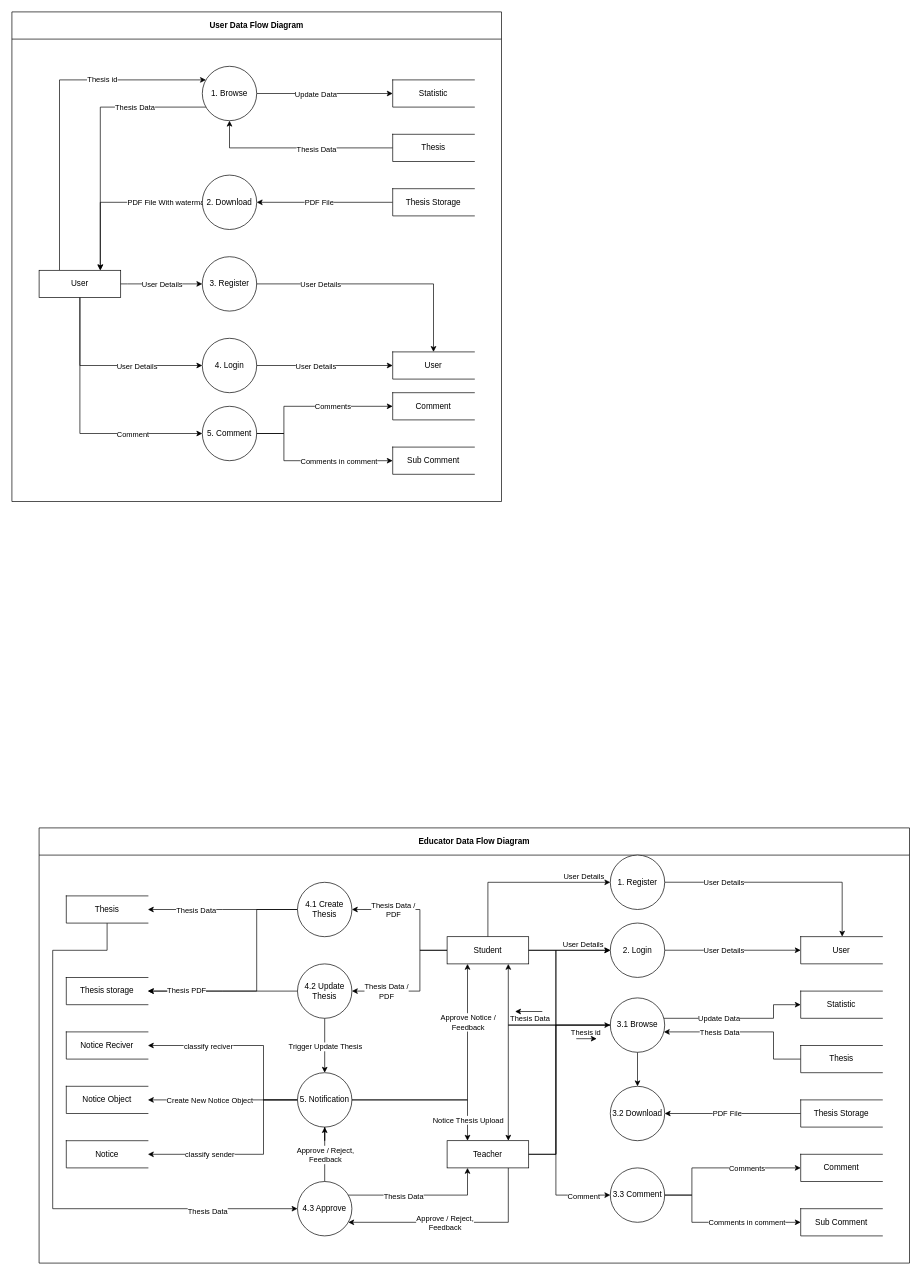
The draw.io diagram page "Page-1" (1 of 2) of Dfd.drawio in Dibkk/diagram-thesis, before the edit. Source tidied: cells renumbered, new cells numbered last; positions are measured from the earlier drawing's top-left corner, leaving out a move shared by most shapes. Both pictures are drawn from the tidied source at 68%, with x=0, y=0 at pixel (12, 12).
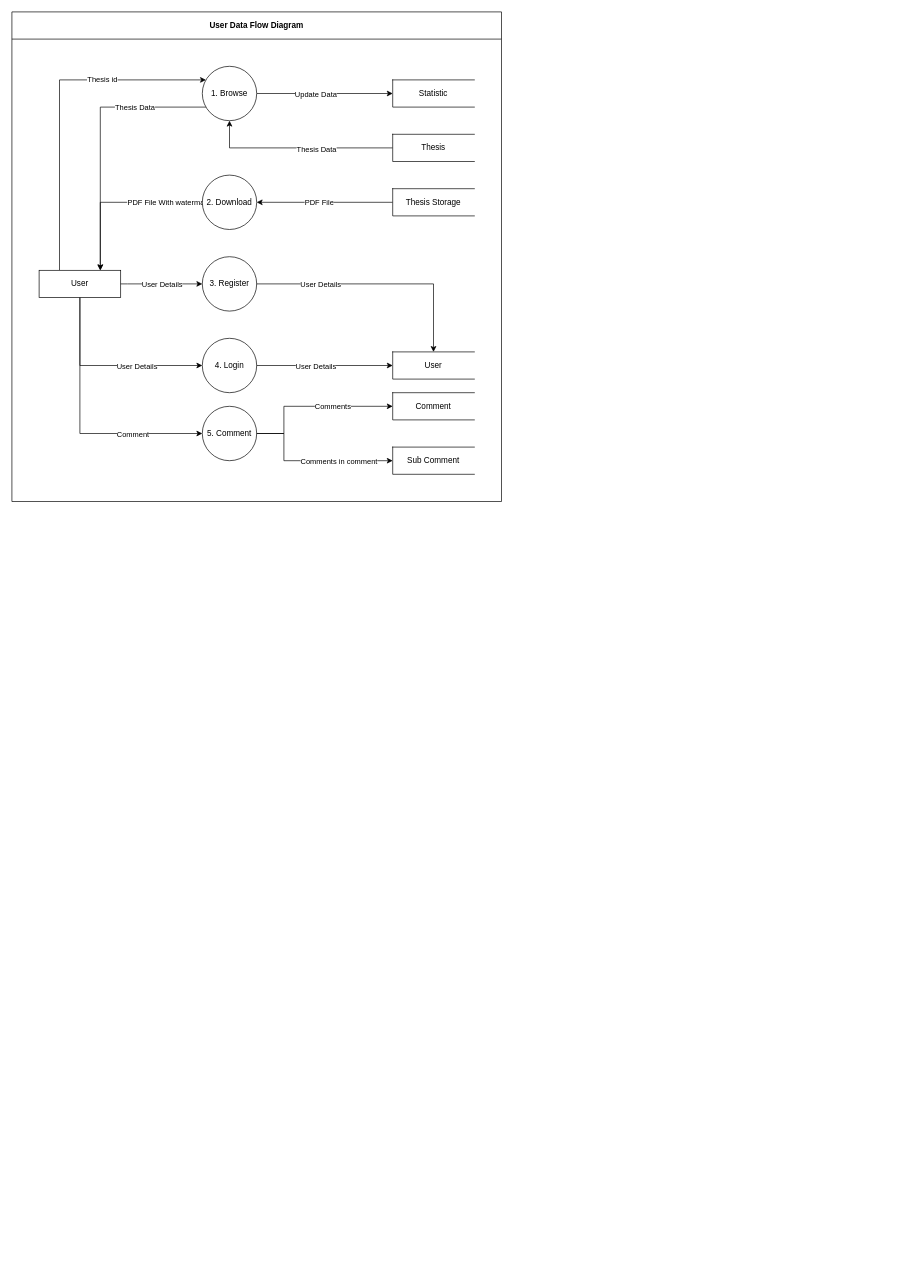
The same page after the edit.

What changed in the source:
```diff
@@
-    <mxCell id="2" value="&lt;span style=&quot;color: rgb(0, 0, 0);&quot;&gt;Educator Data Flow Diagram&lt;/span&gt;" style="swimlane;whiteSpace=wrap;html=1;startSize=40;" parent="1" vertex="1">
-      <mxGeometry x="40" y="1200" width="1280" height="640" as="geometry" />
-    </mxCell>
-    <mxCell id="3" style="edgeStyle=orthogonalEdgeStyle;rounded=0;jettySize=auto;html=1;" parent="2" edge="1" source="35" target="14">
-      <mxGeometry relative="1" as="geometry">
-        <Array as="points">
-          <mxPoint x="270" y="120" />
-          <mxPoint x="270" y="120" />
-        </Array>
-      </mxGeometry>
-    </mxCell>
-    <mxCell id="4" value="Thesis Data" style="edgeLabel;html=1;align=center;verticalAlign=middle;" parent="3" vertex="1">
-      <mxGeometry x="0.48" y="2" relative="1" as="geometry">
-        <mxPoint x="13" y="-2" as="offset" />
-      </mxGeometry>
-    </mxCell>
-    <mxCell id="5" style="edgeStyle=orthogonalEdgeStyle;rounded=0;jettySize=auto;html=1;" parent="2" edge="1" source="11" target="35">
-      <mxGeometry relative="1" as="geometry">
-        <Array as="points">
-          <mxPoint x="560" y="180" />
-          <mxPoint x="560" y="120" />
-        </Array>
-      </mxGeometry>
-    </mxCell>
-    <mxCell id="6" value="Thesis Data /&lt;div&gt;PDF&lt;/div&gt;" style="edgeLabel;html=1;align=center;verticalAlign=middle;" parent="5" vertex="1">
-      <mxGeometry x="-0.19" y="3" relative="1" as="geometry">
-        <mxPoint x="-37" y="-19" as="offset" />
-      </mxGeometry>
-    </mxCell>
-    <mxCell id="7" style="edgeStyle=orthogonalEdgeStyle;rounded=0;jettySize=auto;html=1;" parent="2" edge="1" source="11" target="38">
-      <mxGeometry relative="1" as="geometry">
-        <Array as="points">
-          <mxPoint x="560" y="180" />
-          <mxPoint x="560" y="240" />
-        </Array>
-      </mxGeometry>
-    </mxCell>
-    <mxCell id="8" value="Thesis Data /&lt;div&gt;PDF&lt;/div&gt;" style="edgeLabel;html=1;align=center;verticalAlign=middle;" parent="7" vertex="1">
-      <mxGeometry x="0.37" y="-4" relative="1" as="geometry">
-        <mxPoint x="-13" y="4" as="offset" />
-      </mxGeometry>
-    </mxCell>
-    <mxCell id="9" style="edgeStyle=orthogonalEdgeStyle;html=1;rounded=0;curved=0;strokeColor=default;" parent="2" edge="1" source="11" target="64">
-      <mxGeometry relative="1" as="geometry">
-        <Array as="points">
-          <mxPoint x="660" y="80" />
-        </Array>
-      </mxGeometry>
-    </mxCell>
-    <mxCell id="10" value="&lt;span style=&quot;color: rgb(0, 0, 0);&quot;&gt;User Details&lt;/span&gt;" style="edgeLabel;html=1;align=center;verticalAlign=middle;" parent="9" vertex="1">
-      <mxGeometry x="0.18" relative="1" as="geometry">
-        <mxPoint x="67" y="-10" as="offset" />
-      </mxGeometry>
-    </mxCell>
-    <mxCell id="11" value="Student" style="html=1;dashed=0;whiteSpace=wrap;rounded=0;" parent="2" vertex="1">
-      <mxGeometry x="600" y="160" width="120" height="40" as="geometry" />
-    </mxCell>
-    <mxCell id="12" style="edgeStyle=orthogonalEdgeStyle;rounded=0;jettySize=auto;html=1;" parent="2" edge="1" source="14" target="45">
-      <mxGeometry relative="1" as="geometry">
-        <Array as="points">
-          <mxPoint x="100" y="180" />
-          <mxPoint x="20" y="180" />
-          <mxPoint x="20" y="560" />
-        </Array>
-      </mxGeometry>
-    </mxCell>
-    <mxCell id="13" value="Thesis Data" style="edgeLabel;html=1;align=center;verticalAlign=middle;" parent="12" vertex="1">
-      <mxGeometry x="0.69" y="-3" relative="1" as="geometry" />
-    </mxCell>
-    <mxCell id="14" value="Thesis" style="html=1;dashed=0;whiteSpace=wrap;shape=partialRectangle;right=0;" parent="2" vertex="1">
-      <mxGeometry x="40" y="100" width="120" height="40" as="geometry" />
-    </mxCell>
-    <mxCell id="15" style="edgeStyle=orthogonalEdgeStyle;rounded=0;jettySize=auto;html=1;" parent="2" edge="1" source="38">
-      <mxGeometry relative="1" as="geometry">
-        <mxPoint x="420" y="360" as="targetPoint" />
-      </mxGeometry>
-    </mxCell>
-    <mxCell id="16" value="Trigger Update Thesis" style="edgeLabel;html=1;align=center;verticalAlign=middle;" parent="15" vertex="1">
-      <mxGeometry x="0.08" y="-1" relative="1" as="geometry">
-        <mxPoint x="1" y="-1" as="offset" />
-      </mxGeometry>
-    </mxCell>
-    <mxCell id="17" style="edgeStyle=orthogonalEdgeStyle;rounded=0;jettySize=auto;html=1;" parent="2" edge="1" source="42" target="29">
-      <mxGeometry relative="1" as="geometry">
-        <Array as="points">
-          <mxPoint x="630" y="400" />
-        </Array>
-      </mxGeometry>
-    </mxCell>
-    <mxCell id="18" value="Notice Thesis Upload" style="edgeLabel;html=1;align=center;verticalAlign=middle;" parent="17" vertex="1">
-      <mxGeometry x="0.67" y="-1" relative="1" as="geometry">
-        <mxPoint x="1" y="7" as="offset" />
-      </mxGeometry>
-    </mxCell>
-    <mxCell id="19" style="edgeStyle=orthogonalEdgeStyle;rounded=0;jettySize=auto;html=1;" parent="2" edge="1" source="42" target="31">
-      <mxGeometry relative="1" as="geometry" />
-    </mxCell>
-    <mxCell id="20" value="Create New Notice Object" style="edgeLabel;html=1;align=center;verticalAlign=middle;" parent="19" vertex="1">
-      <mxGeometry x="-0.04" y="2" relative="1" as="geometry">
-        <mxPoint x="-24" y="-2" as="offset" />
-      </mxGeometry>
-    </mxCell>
-    <mxCell id="21" style="edgeStyle=orthogonalEdgeStyle;rounded=0;jettySize=auto;html=1;" parent="2" edge="1" source="42" target="33">
-      <mxGeometry relative="1" as="geometry">
-        <Array as="points">
-          <mxPoint x="330" y="400" />
-          <mxPoint x="330" y="320" />
-        </Array>
-      </mxGeometry>
-    </mxCell>
-    <mxCell id="22" value="classify reciver" style="edgeLabel;html=1;align=center;verticalAlign=middle;" parent="21" vertex="1">
-      <mxGeometry x="0.69" y="-1" relative="1" as="geometry">
-        <mxPoint x="42" y="1" as="offset" />
-      </mxGeometry>
-    </mxCell>
-    <mxCell id="23" style="edgeStyle=orthogonalEdgeStyle;rounded=0;jettySize=auto;html=1;" parent="2" edge="1" source="42" target="32">
-      <mxGeometry relative="1" as="geometry">
-        <Array as="points">
-          <mxPoint x="330" y="400" />
-          <mxPoint x="330" y="480" />
-        </Array>
-      </mxGeometry>
-    </mxCell>
-    <mxCell id="24" value="classify sender" style="edgeLabel;html=1;align=center;verticalAlign=middle;" parent="23" vertex="1">
-      <mxGeometry x="0.68" y="2" relative="1" as="geometry">
-        <mxPoint x="42" y="-2" as="offset" />
-      </mxGeometry>
-    </mxCell>
-    <mxCell id="25" style="edgeStyle=orthogonalEdgeStyle;rounded=0;jettySize=auto;html=1;" parent="2" edge="1" source="42" target="11">
-      <mxGeometry relative="1" as="geometry">
-        <Array as="points">
-          <mxPoint x="630" y="400" />
-        </Array>
-      </mxGeometry>
-    </mxCell>
-    <mxCell id="26" value="Approve Notice /&lt;div&gt;Feedback&lt;/div&gt;" style="edgeLabel;html=1;align=center;verticalAlign=middle;" parent="25" vertex="1">
-      <mxGeometry x="0.05" relative="1" as="geometry">
-        <mxPoint y="-91" as="offset" />
-      </mxGeometry>
-    </mxCell>
-    <mxCell id="27" style="edgeStyle=orthogonalEdgeStyle;rounded=0;jettySize=auto;html=1;" parent="2" edge="1" source="29" target="45">
-      <mxGeometry relative="1" as="geometry">
-        <Array as="points">
-          <mxPoint x="690" y="580" />
-        </Array>
-      </mxGeometry>
-    </mxCell>
-    <mxCell id="28" value="Approve / Reject,&lt;div&gt;Feedback&lt;/div&gt;" style="edgeLabel;html=1;align=center;verticalAlign=middle;" parent="27" vertex="1">
-      <mxGeometry x="-0.09" y="-1" relative="1" as="geometry">
-        <mxPoint x="-31" y="1" as="offset" />
-      </mxGeometry>
-    </mxCell>
-    <mxCell id="29" value="Teacher" style="html=1;dashed=0;whiteSpace=wrap;rounded=0;" parent="2" vertex="1">
-      <mxGeometry x="600" y="460" width="120" height="40" as="geometry" />
-    </mxCell>
-    <mxCell id="30" style="edgeStyle=orthogonalEdgeStyle;rounded=0;jettySize=auto;html=1;" parent="2" edge="1" source="42">
-      <mxGeometry relative="1" as="geometry">
-        <mxPoint x="420" y="400" as="targetPoint" />
-      </mxGeometry>
-    </mxCell>
-    <mxCell id="31" value="Notice Object" style="html=1;dashed=0;whiteSpace=wrap;shape=partialRectangle;right=0;" parent="2" vertex="1">
-      <mxGeometry x="40" y="380" width="120" height="40" as="geometry" />
-    </mxCell>
-    <mxCell id="32" value="Notice" style="html=1;dashed=0;whiteSpace=wrap;shape=partialRectangle;right=0;" parent="2" vertex="1">
-      <mxGeometry x="40" y="460" width="120" height="40" as="geometry" />
-    </mxCell>
-    <mxCell id="33" value="Notice Reciver" style="html=1;dashed=0;whiteSpace=wrap;shape=partialRectangle;right=0;" parent="2" vertex="1">
-      <mxGeometry x="40" y="300" width="120" height="40" as="geometry" />
-    </mxCell>
-    <mxCell id="34" style="edgeStyle=orthogonalEdgeStyle;rounded=0;jettySize=auto;html=1;" parent="2" edge="1" source="35" target="39">
-      <mxGeometry relative="1" as="geometry">
-        <Array as="points">
-          <mxPoint x="320" y="120" />
-          <mxPoint x="320" y="240" />
-        </Array>
-      </mxGeometry>
-    </mxCell>
-    <mxCell id="35" value="4.1 Create Thesis" style="ellipse;whiteSpace=wrap;html=1;" parent="2" vertex="1">
-      <mxGeometry x="380" y="80" width="80" height="80" as="geometry" />
-    </mxCell>
-    <mxCell id="36" style="edgeStyle=orthogonalEdgeStyle;rounded=0;jettySize=auto;html=1;" parent="2" edge="1" source="38" target="39">
-      <mxGeometry relative="1" as="geometry">
-        <Array as="points">
-          <mxPoint x="270" y="240" />
-          <mxPoint x="270" y="240" />
-        </Array>
-      </mxGeometry>
-    </mxCell>
-    <mxCell id="37" value="Thesis PDF" style="edgeLabel;html=1;align=center;verticalAlign=middle;" parent="36" vertex="1">
-      <mxGeometry x="0.49" y="-2" relative="1" as="geometry" />
-    </mxCell>
-    <mxCell id="38" value="4.2 Update Thesis" style="ellipse;whiteSpace=wrap;html=1;" parent="2" vertex="1">
-      <mxGeometry x="380" y="200" width="80" height="80" as="geometry" />
-    </mxCell>
-    <mxCell id="39" value="Thesis storage" style="html=1;dashed=0;whiteSpace=wrap;shape=partialRectangle;right=0;" parent="2" vertex="1">
-      <mxGeometry x="40" y="220" width="120" height="40" as="geometry" />
-    </mxCell>
-    <mxCell id="40" style="edgeStyle=orthogonalEdgeStyle;rounded=0;jettySize=auto;html=1;" parent="2" edge="1" source="45" target="42">
-      <mxGeometry relative="1" as="geometry" />
-    </mxCell>
-    <mxCell id="41" value="Approve / Reject,&lt;div&gt;Feedback&lt;/div&gt;" style="edgeLabel;html=1;align=center;verticalAlign=middle;" parent="40" vertex="1">
-      <mxGeometry x="-0.33" y="-1" relative="1" as="geometry">
-        <mxPoint x="-1" y="-13" as="offset" />
-      </mxGeometry>
-    </mxCell>
-    <mxCell id="42" value="5. Notification" style="ellipse;whiteSpace=wrap;html=1;" parent="2" vertex="1">
-      <mxGeometry x="380" y="360" width="80" height="80" as="geometry" />
-    </mxCell>
-    <mxCell id="43" style="edgeStyle=orthogonalEdgeStyle;rounded=0;jettySize=auto;html=1;" parent="2" edge="1" source="45" target="29">
-      <mxGeometry relative="1" as="geometry">
-        <Array as="points">
-          <mxPoint x="630" y="540" />
-        </Array>
-      </mxGeometry>
-    </mxCell>
-    <mxCell id="44" value="Thesis Data" style="edgeLabel;html=1;align=center;verticalAlign=middle;" parent="43" vertex="1">
-      <mxGeometry x="-0.25" y="-1" relative="1" as="geometry" />
-    </mxCell>
-    <mxCell id="45" value="4.3 Approve" style="ellipse;whiteSpace=wrap;html=1;" parent="2" vertex="1">
-      <mxGeometry x="380" y="520" width="80" height="80" as="geometry" />
-    </mxCell>
-    <mxCell id="46" style="edgeStyle=orthogonalEdgeStyle;rounded=0;jettySize=auto;html=1;" parent="2" edge="1" source="52" target="51">
-      <mxGeometry relative="1" as="geometry" />
-    </mxCell>
-    <mxCell id="47" value="User Details" style="edgeLabel;html=1;align=center;verticalAlign=middle;" parent="46" vertex="1">
-      <mxGeometry x="-0.67" y="2" relative="1" as="geometry">
-        <mxPoint x="53" y="2" as="offset" />
-      </mxGeometry>
-    </mxCell>
-    <mxCell id="48" style="edgeStyle=orthogonalEdgeStyle;rounded=0;jettySize=auto;html=1;" parent="2" edge="1" source="54" target="50">
-      <mxGeometry relative="1" as="geometry">
-        <Array as="points">
-          <mxPoint x="1080" y="280" />
-          <mxPoint x="1080" y="260" />
-        </Array>
-      </mxGeometry>
-    </mxCell>
-    <mxCell id="49" value="Update Data" style="edgeLabel;html=1;align=center;verticalAlign=middle;" parent="48" vertex="1">
-      <mxGeometry x="-0.14" y="2" relative="1" as="geometry">
-        <mxPoint x="-14" y="2" as="offset" />
-      </mxGeometry>
-    </mxCell>
-    <mxCell id="50" value="Statistic" style="html=1;dashed=0;whiteSpace=wrap;shape=partialRectangle;right=0;" parent="2" vertex="1">
-      <mxGeometry x="1120" y="240" width="120" height="40" as="geometry" />
-    </mxCell>
-    <mxCell id="51" value="User" style="html=1;dashed=0;whiteSpace=wrap;shape=partialRectangle;right=0;" parent="2" vertex="1">
-      <mxGeometry x="1120" y="159.9" width="120" height="40" as="geometry" />
-    </mxCell>
-    <mxCell id="52" value="2. Login" style="ellipse;whiteSpace=wrap;html=1;" parent="2" vertex="1">
-      <mxGeometry x="840" y="139.9" width="80" height="80" as="geometry" />
-    </mxCell>
-    <mxCell id="53" style="edgeStyle=orthogonalEdgeStyle;html=1;" parent="2" edge="1" source="54" target="55">
-      <mxGeometry relative="1" as="geometry" />
-    </mxCell>
-    <mxCell id="54" value="3.1 Browse" style="ellipse;whiteSpace=wrap;html=1;" parent="2" vertex="1">
-      <mxGeometry x="840" y="250" width="80" height="80" as="geometry" />
-    </mxCell>
-    <mxCell id="55" value="3.2 Download" style="ellipse;whiteSpace=wrap;html=1;" parent="2" vertex="1">
-      <mxGeometry x="840" y="380" width="80" height="80" as="geometry" />
-    </mxCell>
-    <mxCell id="56" style="edgeStyle=orthogonalEdgeStyle;rounded=0;jettySize=auto;html=1;" parent="2" edge="1" source="58" target="54">
-      <mxGeometry relative="1" as="geometry">
-        <Array as="points">
-          <mxPoint x="1080" y="340" />
-          <mxPoint x="1080" y="300" />
-        </Array>
-      </mxGeometry>
-    </mxCell>
-    <mxCell id="57" value="Thesis Data" style="edgeLabel;html=1;align=center;verticalAlign=middle;" parent="56" vertex="1">
-      <mxGeometry x="-0.19" y="1" relative="1" as="geometry">
-        <mxPoint x="-62" y="-1" as="offset" />
-      </mxGeometry>
-    </mxCell>
-    <mxCell id="58" value="Thesis" style="html=1;dashed=0;whiteSpace=wrap;shape=partialRectangle;right=0;" parent="2" vertex="1">
-      <mxGeometry x="1120" y="320" width="120" height="40" as="geometry" />
-    </mxCell>
-    <mxCell id="59" style="edgeStyle=orthogonalEdgeStyle;rounded=0;jettySize=auto;html=1;" parent="2" edge="1" source="61" target="55">
-      <mxGeometry relative="1" as="geometry" />
-    </mxCell>
-    <mxCell id="60" value="PDF File" style="edgeLabel;html=1;align=center;verticalAlign=middle;" parent="59" vertex="1">
-      <mxGeometry x="0.09" y="-1" relative="1" as="geometry" />
-    </mxCell>
-    <mxCell id="61" value="Thesis Storage" style="html=1;dashed=0;whiteSpace=wrap;shape=partialRectangle;right=0;" parent="2" vertex="1">
-      <mxGeometry x="1120" y="400" width="120" height="40" as="geometry" />
-    </mxCell>
-    <mxCell id="62" style="edgeStyle=orthogonalEdgeStyle;rounded=0;jettySize=auto;html=1;" parent="2" edge="1" target="51">
-      <mxGeometry relative="1" as="geometry">
-        <mxPoint x="920" y="79.9" as="sourcePoint" />
-        <Array as="points">
-          <mxPoint x="1181" y="80" />
-        </Array>
-      </mxGeometry>
-    </mxCell>
-    <mxCell id="63" value="User Details" style="edgeLabel;html=1;align=center;verticalAlign=middle;" parent="62" vertex="1">
-      <mxGeometry x="-0.33" y="-3" relative="1" as="geometry">
-        <mxPoint x="-28" y="-3" as="offset" />
-      </mxGeometry>
-    </mxCell>
-    <mxCell id="64" value="1. Register" style="ellipse;whiteSpace=wrap;html=1;" parent="2" vertex="1">
-      <mxGeometry x="840" y="40" width="80" height="80" as="geometry" />
-    </mxCell>
-    <mxCell id="65" style="edgeStyle=orthogonalEdgeStyle;rounded=0;jettySize=auto;html=1;" parent="2" edge="1" source="11" target="52">
-      <mxGeometry relative="1" as="geometry">
-        <Array as="points">
-          <mxPoint x="880" y="180" />
-        </Array>
-      </mxGeometry>
-    </mxCell>
-    <mxCell id="66" style="edgeStyle=orthogonalEdgeStyle;rounded=0;jettySize=auto;html=1;" parent="2" edge="1" source="29" target="54">
-      <mxGeometry relative="1" as="geometry">
-        <Array as="points">
-          <mxPoint x="760" y="480" />
-          <mxPoint x="760" y="290" />
-        </Array>
-      </mxGeometry>
-    </mxCell>
-    <mxCell id="67" style="edgeStyle=orthogonalEdgeStyle;rounded=0;jettySize=auto;html=1;" parent="2" edge="1" source="54" target="29">
-      <mxGeometry relative="1" as="geometry">
-        <Array as="points">
-          <mxPoint x="690" y="290" />
-        </Array>
-      </mxGeometry>
-    </mxCell>
-    <mxCell id="68" value="3.3 Comment" style="ellipse;whiteSpace=wrap;html=1;" parent="2" vertex="1">
-      <mxGeometry x="840" y="500" width="80" height="80" as="geometry" />
-    </mxCell>
-    <mxCell id="69" value="Comment" style="html=1;dashed=0;whiteSpace=wrap;shape=partialRectangle;right=0;" parent="2" vertex="1">
-      <mxGeometry x="1120" y="480" width="120" height="40" as="geometry" />
-    </mxCell>
-    <mxCell id="70" style="edgeStyle=orthogonalEdgeStyle;rounded=0;jettySize=auto;html=1;" parent="2" edge="1" source="68" target="69">
-      <mxGeometry relative="1" as="geometry">
-        <Array as="points">
-          <mxPoint x="960" y="540" />
-          <mxPoint x="960" y="500" />
-        </Array>
-      </mxGeometry>
-    </mxCell>
-    <mxCell id="71" value="&lt;span style=&quot;color: rgb(0, 0, 0);&quot;&gt;Comments&lt;/span&gt;" style="edgeLabel;html=1;align=center;verticalAlign=middle;" parent="70" vertex="1">
-      <mxGeometry x="0.13" relative="1" as="geometry">
-        <mxPoint x="24" as="offset" />
-      </mxGeometry>
-    </mxCell>
-    <mxCell id="72" value="Sub Comment" style="html=1;dashed=0;whiteSpace=wrap;shape=partialRectangle;right=0;" parent="2" vertex="1">
-      <mxGeometry x="1120" y="560" width="120" height="40" as="geometry" />
-    </mxCell>
-    <mxCell id="73" style="edgeStyle=orthogonalEdgeStyle;rounded=0;jettySize=auto;html=1;" parent="2" edge="1" source="68" target="72">
-      <mxGeometry relative="1" as="geometry">
-        <Array as="points">
-          <mxPoint x="960" y="540" />
-          <mxPoint x="960" y="580" />
-        </Array>
-      </mxGeometry>
-    </mxCell>
-    <mxCell id="74" value="Comments in comment" style="edgeLabel;html=1;align=center;verticalAlign=middle;" parent="73" vertex="1">
-      <mxGeometry x="0.23" y="-1" relative="1" as="geometry">
-        <mxPoint x="12" y="-1" as="offset" />
-      </mxGeometry>
-    </mxCell>
-    <mxCell id="75" style="edgeStyle=orthogonalEdgeStyle;rounded=0;jettySize=auto;html=1;" parent="2" edge="1" source="11" target="68">
-      <mxGeometry relative="1" as="geometry">
-        <Array as="points">
-          <mxPoint x="760" y="180" />
-          <mxPoint x="760" y="540" />
-        </Array>
-      </mxGeometry>
-    </mxCell>
-    <mxCell id="76" value="Comment" style="edgeLabel;html=1;align=center;verticalAlign=middle;" parent="75" vertex="1">
-      <mxGeometry x="0.17" relative="1" as="geometry">
-        <mxPoint x="40" y="120" as="offset" />
-      </mxGeometry>
-    </mxCell>
-    <mxCell id="77" style="edgeStyle=orthogonalEdgeStyle;rounded=0;jettySize=auto;html=1;" parent="2" edge="1" source="29" target="52">
-      <mxGeometry relative="1" as="geometry">
-        <Array as="points">
-          <mxPoint x="760" y="480" />
-          <mxPoint x="760" y="180" />
-        </Array>
-      </mxGeometry>
-    </mxCell>
-    <mxCell id="78" value="User Details" style="edgeLabel;html=1;align=center;verticalAlign=middle;" parent="77" vertex="1">
-      <mxGeometry x="0.83" y="1" relative="1" as="geometry">
-        <mxPoint x="-5" y="-9" as="offset" />
-      </mxGeometry>
-    </mxCell>
-    <mxCell id="79" style="edgeStyle=orthogonalEdgeStyle;rounded=0;jettySize=auto;html=1;" parent="2" edge="1" source="54" target="11">
-      <mxGeometry relative="1" as="geometry">
-        <Array as="points">
-          <mxPoint x="690" y="290" />
-        </Array>
-      </mxGeometry>
-    </mxCell>
-    <mxCell id="80" value="Thesis Data" style="edgeLabel;html=1;align=center;verticalAlign=middle;" parent="79" vertex="1">
-      <mxGeometry x="-0.41" y="2" relative="1" as="geometry">
-        <mxPoint x="-48" y="-12" as="offset" />
-      </mxGeometry>
-    </mxCell>
-    <mxCell id="81" value="Thesis id" style="edgeLabel;html=1;align=center;verticalAlign=middle;" parent="79" vertex="1">
-      <mxGeometry x="-0.69" relative="1" as="geometry">
-        <mxPoint y="10" as="offset" />
-      </mxGeometry>
-    </mxCell>
-    <mxCell id="82" style="endArrow=classic;html=1;" parent="1" edge="1">
-      <mxGeometry relative="1" as="geometry">
-        <mxPoint x="780" y="1470" as="sourcePoint" />
-        <mxPoint x="740" y="1470" as="targetPoint" />
-      </mxGeometry>
-    </mxCell>
-    <mxCell id="83" style="endArrow=classic;html=1;" parent="1" edge="1">
-      <mxGeometry relative="1" as="geometry">
-        <mxPoint x="830" y="1510" as="sourcePoint" />
-        <mxPoint x="860" y="1510" as="targetPoint" />
-      </mxGeometry>
-    </mxCell>
```
